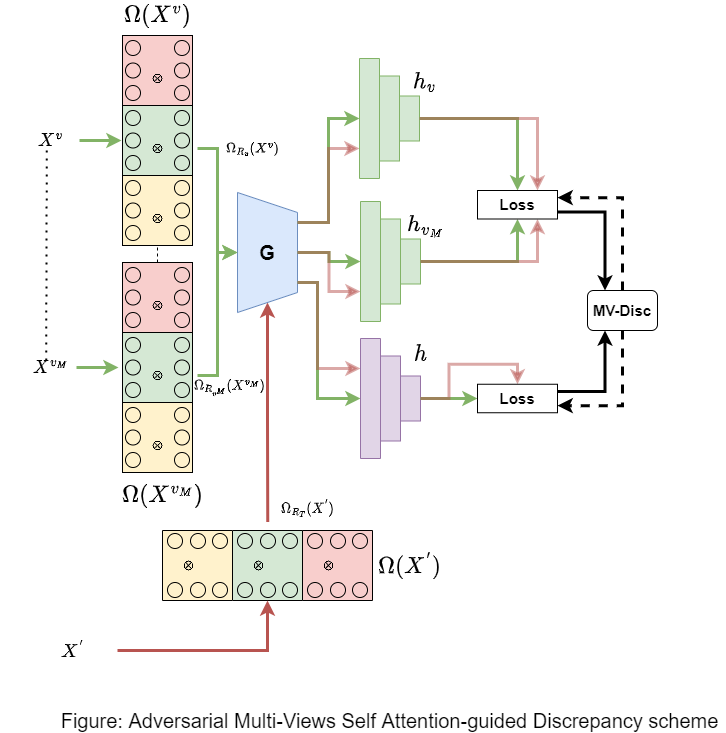
HennequinMehdi/Adversarial-Multi-View-Attention-guided-Discrepancy keeps this draw.io diagram as images/AMVSAD.png. Above is the earlier version. Source tidied: cells renumbered, new cells last; positions are measured from the earlier drawing's top-left corner, leaving out a move shared by most shapes.
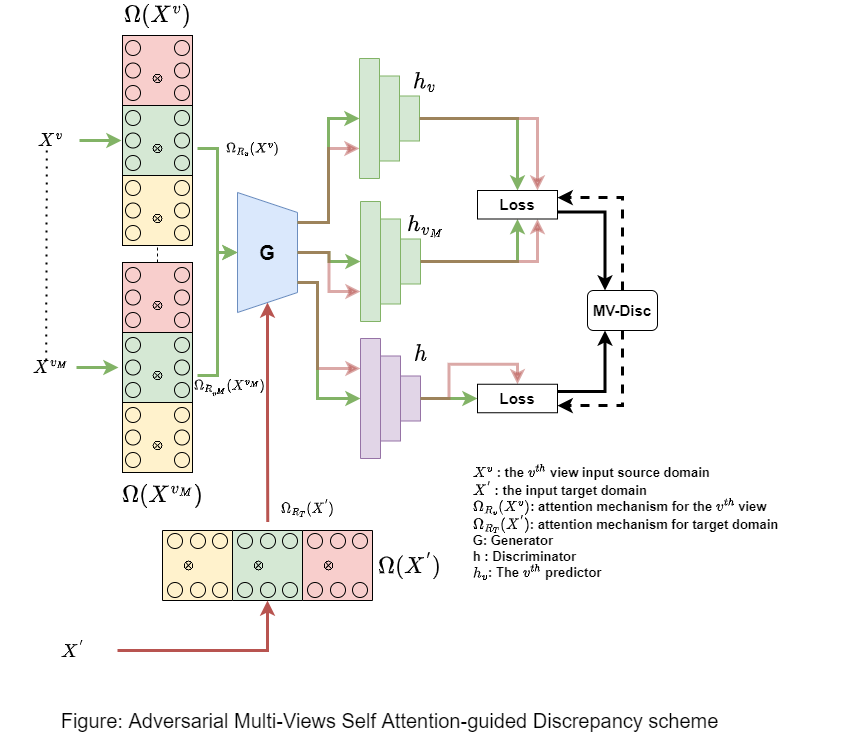
Later version of the same file.

The edit, as a diff of the source:
```diff
@@ -431,5 +431,8 @@
     <mxCell id="135" value="&lt;font style=&quot;font-size: 20px;&quot;&gt;&lt;span style=&quot;font-family: sans-serif; text-align: start; background-color: rgb(255, 255, 255);&quot;&gt;Figure: Adversarial Multi-Views Self Attention-guided Discrepancy&amp;nbsp;&lt;/span&gt;&lt;font style=&quot;font-size: 20px;&quot; face=&quot;sans-serif&quot;&gt;scheme&lt;/font&gt;&lt;/font&gt;" style="text;html=1;align=center;verticalAlign=middle;strokeColor=none;fillColor=none;" parent="1" vertex="1">
       <mxGeometry x="54" y="710" width="670" height="20" as="geometry" />
     </mxCell>
+    <mxCell id="136" value="&lt;div style=&quot;text-align: justify; font-size: 13px;&quot;&gt;&lt;span style=&quot;background-color: initial;&quot;&gt;&lt;font style=&quot;font-size: 13px;&quot;&gt;&lt;b style=&quot;&quot;&gt;\(X^{v}\) : the \(v^{th}\) view input source domain&lt;/b&gt;&lt;/font&gt;&lt;/span&gt;&lt;/div&gt;&lt;font style=&quot;font-size: 13px;&quot;&gt;&lt;div style=&quot;text-align: justify;&quot;&gt;&lt;span style=&quot;background-color: initial;&quot;&gt;&lt;font style=&quot;font-size: 13px;&quot;&gt;&lt;b&gt;\(X^{'}\) : the input target domain&lt;/b&gt;&lt;/font&gt;&lt;/span&gt;&lt;/div&gt;&lt;div style=&quot;text-align: justify;&quot;&gt;&lt;font style=&quot;font-size: 13px;&quot;&gt;&lt;b&gt;&lt;span style=&quot;text-align: center;&quot;&gt;\(\Omega_{R_{v}}(X^{v})\): attention mechanism for the \(v^{th}\) view&amp;nbsp;&lt;/span&gt;&lt;br&gt;&lt;/b&gt;&lt;/font&gt;&lt;/div&gt;&lt;div style=&quot;text-align: justify;&quot;&gt;&lt;span style=&quot;text-align: center;&quot;&gt;&lt;font style=&quot;font-size: 13px;&quot;&gt;&lt;b&gt;\(\Omega_{R_{T}}(X^{'})\): attention mechanism for target domain&lt;/b&gt;&lt;/font&gt;&lt;/span&gt;&lt;/div&gt;&lt;div style=&quot;text-align: justify;&quot;&gt;&lt;span style=&quot;text-align: center;&quot;&gt;&lt;font style=&quot;font-size: 13px;&quot;&gt;&lt;b&gt;G: Generator&amp;nbsp;&lt;/b&gt;&lt;/font&gt;&lt;/span&gt;&lt;/div&gt;&lt;div style=&quot;text-align: justify;&quot;&gt;&lt;span style=&quot;text-align: center;&quot;&gt;&lt;font style=&quot;font-size: 13px;&quot;&gt;&lt;b&gt;h : Discriminator&lt;/b&gt;&lt;/font&gt;&lt;/span&gt;&lt;/div&gt;&lt;div style=&quot;text-align: justify;&quot;&gt;&lt;span style=&quot;text-align: center;&quot;&gt;&lt;font style=&quot;font-size: 13px;&quot;&gt;&lt;b style=&quot;&quot;&gt;\(h_{v}\): The \(v^{th}\) predictor&lt;/b&gt;&lt;/font&gt;&lt;/span&gt;&lt;/div&gt;&lt;br&gt;&lt;div style=&quot;font-size: 14px; text-align: justify;&quot;&gt;&lt;span style=&quot;font-size: 12px; text-align: center;&quot;&gt;&lt;br&gt;&lt;/span&gt;&lt;/div&gt;&lt;div style=&quot;font-size: 14px; text-align: justify;&quot;&gt;&lt;span style=&quot;background-color: initial;&quot;&gt;&lt;br&gt;&lt;/span&gt;&lt;/div&gt;&lt;div style=&quot;font-size: 13px; text-align: justify;&quot;&gt;&lt;span style=&quot;font-size: 14px;&quot;&gt;&lt;br&gt;&lt;/span&gt;&lt;/div&gt;&lt;/font&gt;" style="text;html=1;align=center;verticalAlign=middle;strokeColor=none;fillColor=none;" parent="1" vertex="1">
+      <mxGeometry x="400" y="475" width="450" height="160" as="geometry" />
+    </mxCell>
   </root>
 </mxGraphModel>
```
